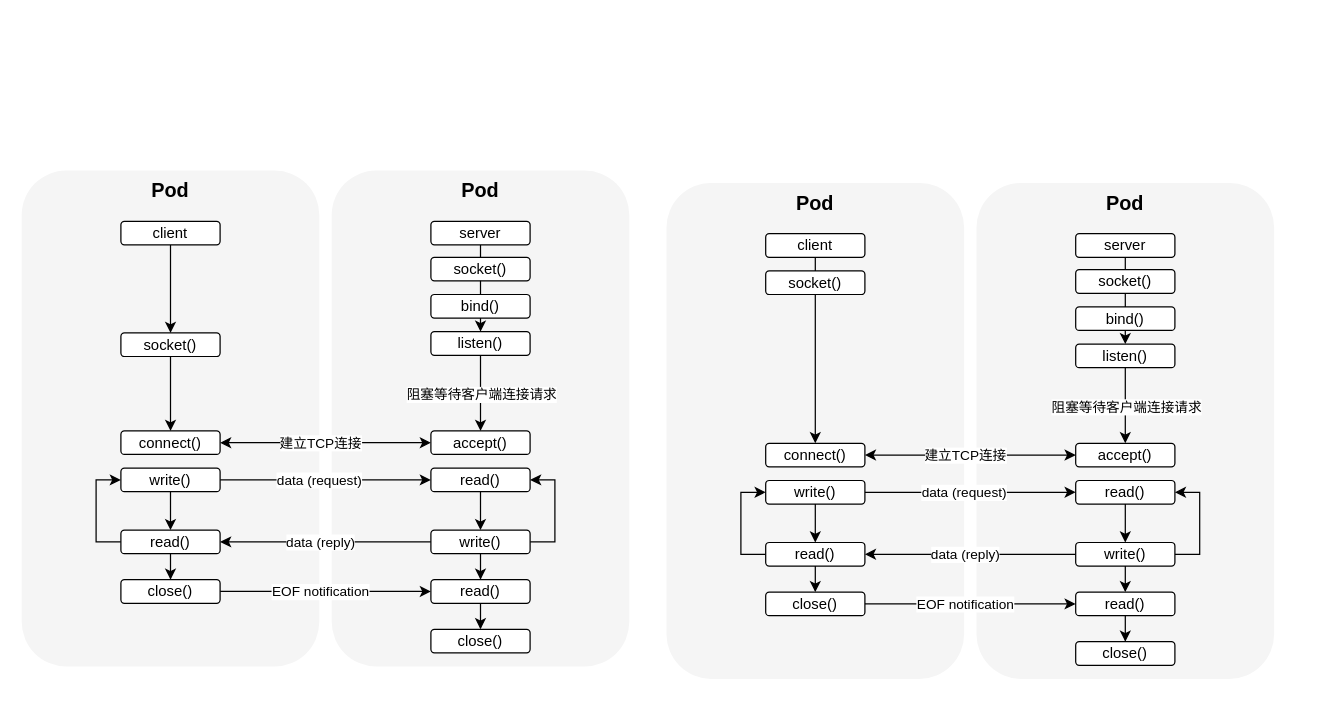
This is page "Page-1" (1 of 2) of tcp/ip bypass.drawio from wehyy/my-world, a draw.io file, before an edit. Source tidied: cells renumbered, new cells numbered last; positions are measured from the earlier drawing's top-left corner, leaving out a move shared by most shapes. Both pictures are drawn from the tidied source at 124%, with x=0, y=0 at pixel (21, 170).
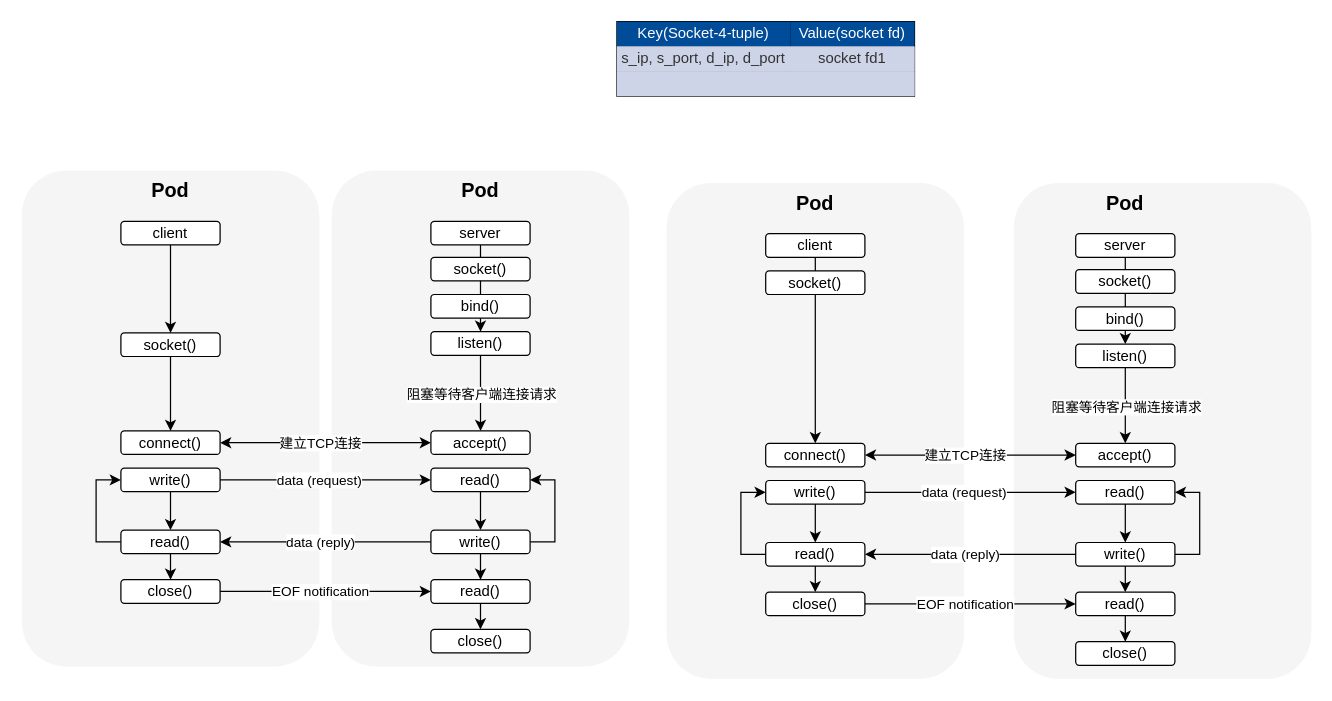
The same diagram, later.

Change to the diagram source:
```diff
@@
     <mxCell id="45" style="rounded=1;whiteSpace=wrap;html=1;fillColor=#f5f5f5;strokeColor=none;fontColor=#333333;" parent="1" vertex="1">
-      <mxGeometry x="770" y="10" width="240" height="400" as="geometry" />
+      <mxGeometry x="800" y="10" width="240" height="400" as="geometry" />
     </mxCell>
@@
+    <mxCell id="80" style="shape=table;startSize=0;childLayout=tableLayout;strokeColor=default;strokeWidth=1;fillColor=none;swimlaneFillColor=#FFFFFF;" parent="1" vertex="1">
+      <mxGeometry x="480" y="-120" width="240" height="60" as="geometry" />
+    </mxCell>
+    <mxCell id="81" style="shape=tableRow;horizontal=0;startSize=0;swimlaneHead=0;swimlaneBody=0;strokeColor=default;top=0;left=0;bottom=0;right=0;fillColor=none;strokeWidth=1;swimlaneFillColor=#FFFFFF;" parent="80" vertex="1">
+      <mxGeometry width="240" height="20" as="geometry" />
+    </mxCell>
+    <mxCell id="82" value="&lt;font color=&quot;#ffffff&quot;&gt;Key(Socket-4-tuple)&lt;/font&gt;" style="shape=partialRectangle;html=1;whiteSpace=wrap;strokeColor=default;overflow=hidden;fillColor=#004C99;top=0;left=0;bottom=0;right=0;strokeWidth=1;swimlaneFillColor=#FFFFFF;" parent="81" vertex="1">
+      <mxGeometry width="140" height="20" as="geometry" />
+    </mxCell>
+    <mxCell id="83" value="&lt;font color=&quot;#ffffff&quot;&gt;Value(socket fd)&lt;/font&gt;" style="shape=partialRectangle;html=1;whiteSpace=wrap;strokeColor=default;overflow=hidden;fillColor=#004C99;top=0;left=0;bottom=0;right=0;strokeWidth=1;swimlaneFillColor=#FFFFFF;" parent="81" vertex="1">
+      <mxGeometry x="140" width="100" height="20" as="geometry" />
+    </mxCell>
+    <mxCell id="84" style="shape=tableRow;horizontal=0;startSize=0;swimlaneHead=0;swimlaneBody=0;strokeColor=default;top=0;left=0;bottom=0;right=0;fillColor=#CED4E8;fontColor=#333333;strokeWidth=1;swimlaneFillColor=#FFFFFF;" parent="80" vertex="1">
+      <mxGeometry y="20" width="240" height="20" as="geometry" />
+    </mxCell>
+    <mxCell id="85" value="s_ip, s_port, d_ip, d_port" style="shape=partialRectangle;html=1;whiteSpace=wrap;strokeColor=#FFFFFF;overflow=hidden;fillColor=#CED4E8;top=0;left=0;bottom=0;right=0;fontColor=#333333;strokeWidth=1;swimlaneFillColor=#FFFFFF;" parent="84" vertex="1">
+      <mxGeometry width="140" height="20" as="geometry" />
+    </mxCell>
+    <mxCell id="86" value="socket fd1" style="shape=partialRectangle;html=1;whiteSpace=wrap;strokeColor=default;overflow=hidden;fillColor=#CED4E8;top=0;left=0;bottom=0;right=0;fontColor=#333333;strokeWidth=2;perimeterSpacing=0;gradientColor=none;swimlaneFillColor=#FFFFFF;" parent="84" vertex="1">
+      <mxGeometry x="140" width="100" height="20" as="geometry" />
+    </mxCell>
+    <mxCell id="87" style="shape=tableRow;horizontal=0;startSize=0;swimlaneHead=0;swimlaneBody=0;strokeColor=#FFFFFF;top=0;left=0;bottom=0;right=0;fillColor=#CED4E8;fontColor=#333333;strokeWidth=1;swimlaneFillColor=#FFFFFF;" parent="80" vertex="1">
+      <mxGeometry y="40" width="240" height="20" as="geometry" />
+    </mxCell>
+    <mxCell id="88" style="shape=partialRectangle;html=1;whiteSpace=wrap;strokeColor=#FFFFFF;overflow=hidden;fillColor=#CED4E8;top=0;left=0;bottom=0;right=0;fontColor=#333333;strokeWidth=4;swimlaneFillColor=#FFFFFF;" parent="87" vertex="1">
+      <mxGeometry width="140" height="20" as="geometry" />
+    </mxCell>
+    <mxCell id="89" style="shape=partialRectangle;html=1;whiteSpace=wrap;strokeColor=#FFFFFF;overflow=hidden;fillColor=#CED4E8;top=0;left=0;bottom=0;right=0;fontColor=#333333;strokeWidth=4;swimlaneFillColor=#FFFFFF;" parent="87" vertex="1">
+      <mxGeometry x="140" width="100" height="20" as="geometry" />
+    </mxCell>
```
